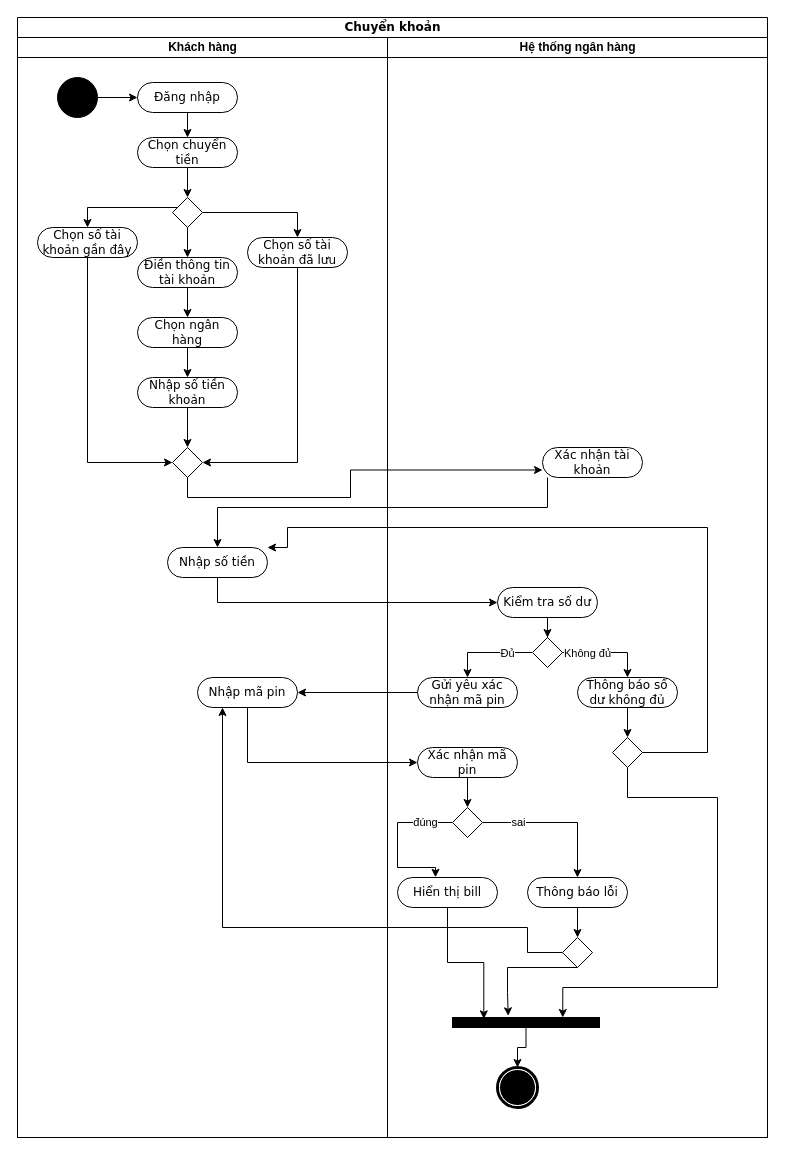
The draw.io diagram UML/BHDG_ActivityDiagram_14_0.0.1.drawio in HoangDucBach/bghc, before the edit. Source tidied: cells renumbered, new cells numbered last; positions are measured from the earlier drawing's top-left corner, leaving out a move shared by most shapes. Both pictures are drawn from the tidied source at 100%, with x=0, y=0 at pixel (17, 17).
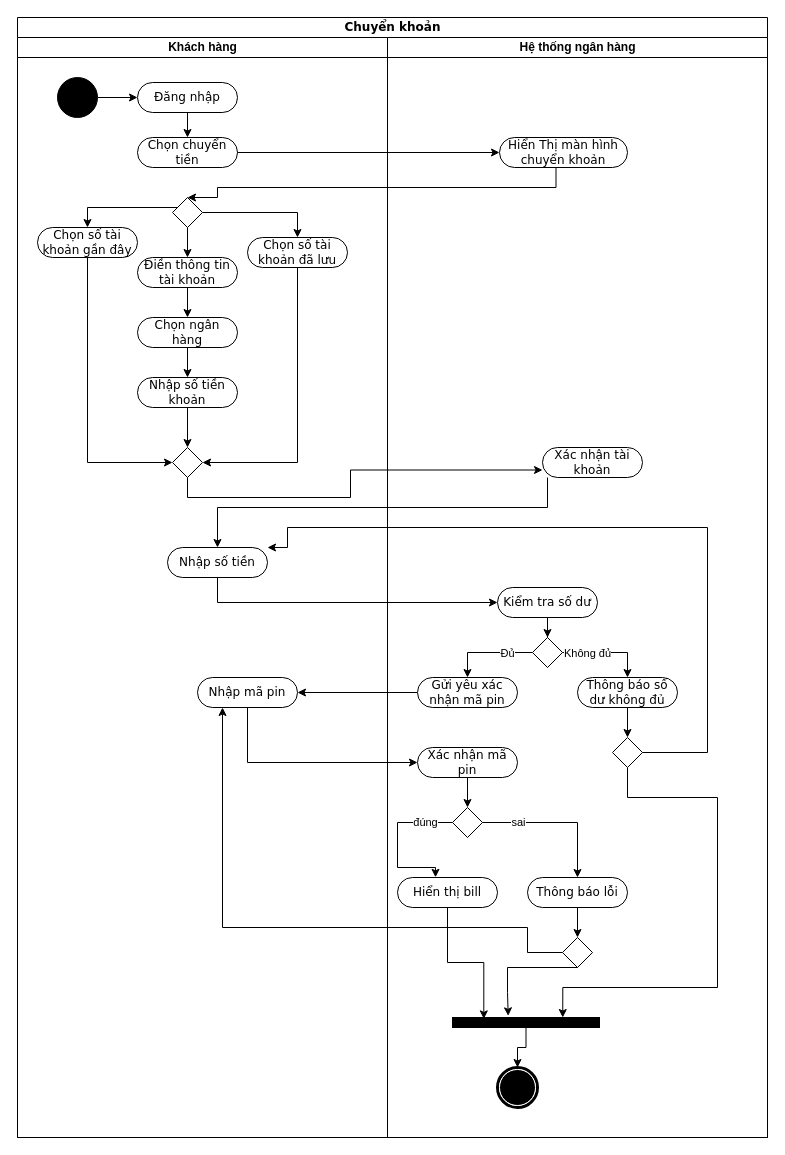
The same page after the edit.

The change refers to these unchanged cells:
```xml
<mxCell id="2" value="Chuyển khoản" style="swimlane;html=1;startSize=20;rounded=0;shadow=0;comic=0;labelBackgroundColor=none;strokeWidth=1;fontFamily=Verdana;fontSize=12;align=center;" parent="1" vertex="1">
  <mxGeometry width="750" height="1120" as="geometry" />
</mxCell>
<mxCell id="3" value="Khách hàng" style="swimlane;html=1;startSize=20;" parent="2" vertex="1">
  <mxGeometry y="20" width="370" height="1100" as="geometry" />
</mxCell>
<mxCell id="9" value="Chọn chuyển tiền" style="rounded=1;whiteSpace=wrap;html=1;shadow=0;comic=0;labelBackgroundColor=none;strokeWidth=1;fontFamily=Verdana;fontSize=12;align=center;arcSize=50;" parent="3" vertex="1">
  <mxGeometry x="120" y="100" width="100" height="30" as="geometry" />
</mxCell>
<mxCell id="15" style="rhombus;whiteSpace=wrap;html=1;" parent="3" vertex="1">
  <mxGeometry x="155" y="160" width="30" height="30" as="geometry" />
</mxCell>
<mxCell id="32" value="Hệ thống ngân hàng" style="swimlane;html=1;startSize=20;" parent="2" vertex="1">
  <mxGeometry x="370" y="20" width="380" height="1100" as="geometry" />
</mxCell>
```

Change to the diagram source:
```diff
@@
-    <mxCell id="8" style="edgeStyle=orthogonalEdgeStyle;rounded=0;jettySize=auto;html=1;" parent="3" edge="1" source="9" target="15">
-      <mxGeometry relative="1" as="geometry" />
-    </mxCell>
@@
+    <mxCell id="64" style="edgeStyle=orthogonalEdgeStyle;rounded=0;orthogonalLoop=1;jettySize=auto;html=1;entryX=1;entryY=0;entryDx=0;entryDy=0;" parent="3" edge="1">
+      <mxGeometry relative="1" as="geometry">
+        <mxPoint x="538.5" y="122.5" as="sourcePoint" />
+        <mxPoint x="170" y="160" as="targetPoint" />
+        <Array as="points">
+          <mxPoint x="539" y="150" />
+          <mxPoint x="200" y="150" />
+          <mxPoint x="200" y="160" />
+        </Array>
+      </mxGeometry>
+    </mxCell>
@@
+    <mxCell id="65" value="Hiển Thị màn hình chuyển khoản" style="rounded=1;whiteSpace=wrap;html=1;shadow=0;comic=0;labelBackgroundColor=none;strokeWidth=1;fontFamily=Verdana;fontSize=12;align=center;arcSize=50;" parent="32" vertex="1">
+      <mxGeometry x="112" y="100" width="128" height="30" as="geometry" />
+    </mxCell>
@@
+    <mxCell id="66" style="edgeStyle=orthogonalEdgeStyle;rounded=0;jettySize=auto;html=1;entryX=0;entryY=0.5;entryDx=0;entryDy=0;" parent="2" edge="1" source="9" target="65">
+      <mxGeometry relative="1" as="geometry" />
+    </mxCell>
```
